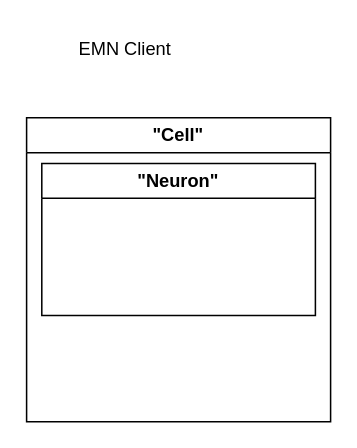
Before: Architecture/EMN.drawio in Ihaventusername/EvolutionaryMathbasedNetwork, a draw.io diagram. Source tidied: cells renumbered, new cells numbered last; positions are measured from the earlier drawing's top-left corner, leaving out a move shared by most shapes. Both pictures are drawn from the tidied source at 152%, with x=0, y=0 at pixel (26, 26).
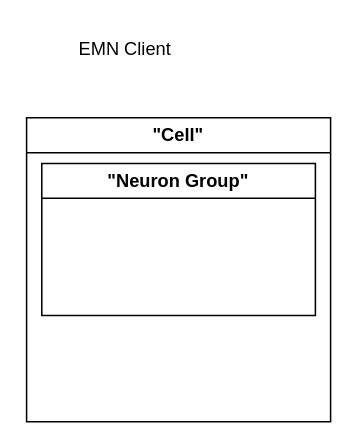
The same page after the edit.

Commit message:
Rename 'Neuron' to 'Neuron Group' in diagram

What changed in the source:
```diff
@@
 <mxGraphModel>
   <root>
     <mxCell id="0" />
     <mxCell id="1" parent="0" />
     <mxCell id="2" value="EMN Client" style="text;html=1;whiteSpace=wrap;strokeColor=none;fillColor=none;align=center;verticalAlign=middle;rounded=0;" parent="1" vertex="1">
       <mxGeometry x="20" width="90" height="30" as="geometry" />
     </mxCell>
     <mxCell id="3" value="&quot;Cell&lt;span style=&quot;background-color: transparent; color: light-dark(rgb(0, 0, 0), rgb(255, 255, 255));&quot;&gt;&quot;&lt;/span&gt;" style="swimlane;whiteSpace=wrap;html=1;" parent="1" vertex="1">
       <mxGeometry y="60" width="200" height="200" as="geometry" />
     </mxCell>
-    <mxCell id="4" value="&quot;Neuron&quot;" style="swimlane;whiteSpace=wrap;html=1;" parent="3" vertex="1">
+    <mxCell id="4" value="&quot;Neuron Group&quot;" style="swimlane;whiteSpace=wrap;html=1;" parent="3" vertex="1">
       <mxGeometry x="10" y="30" width="180" height="100" as="geometry" />
     </mxCell>
   </root>
 </mxGraphModel>
```
